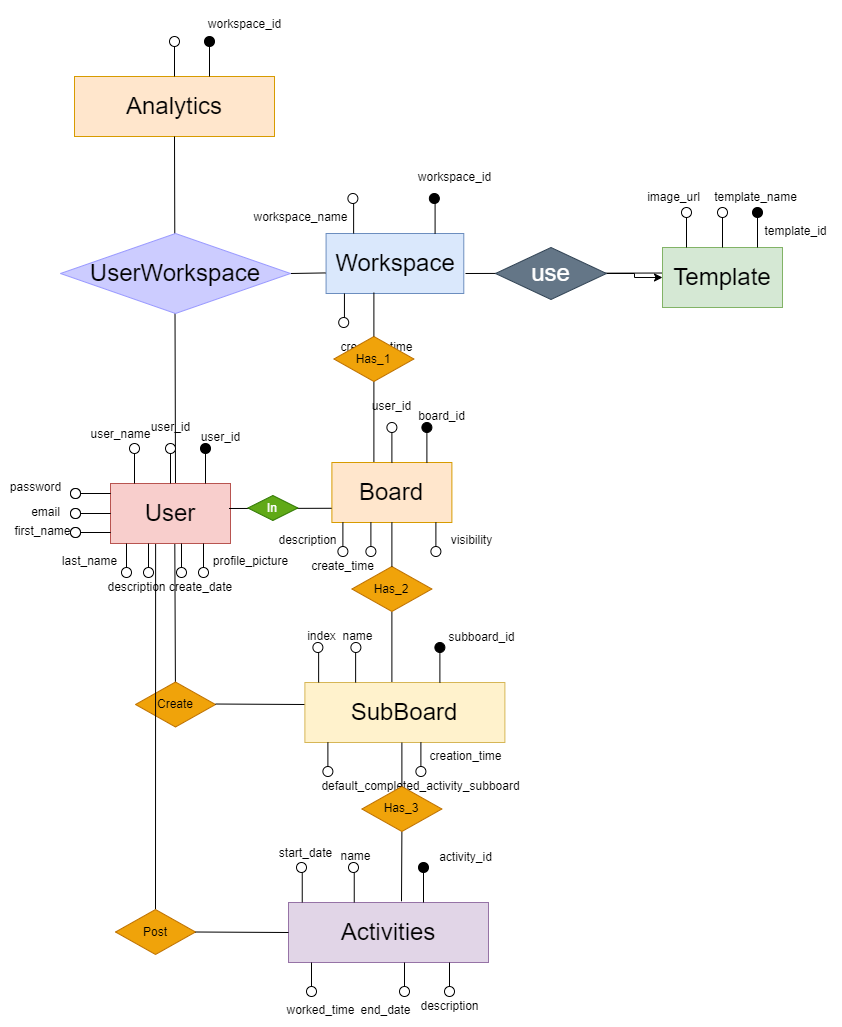
wuxyel123/workflix keeps this draw.io diagram as WA-workflix-HW1/images/ER-schma.png. Above is the earlier version. Source tidied: cells renumbered, new cells last; positions are measured from the earlier drawing's top-left corner, leaving out a move shared by most shapes.
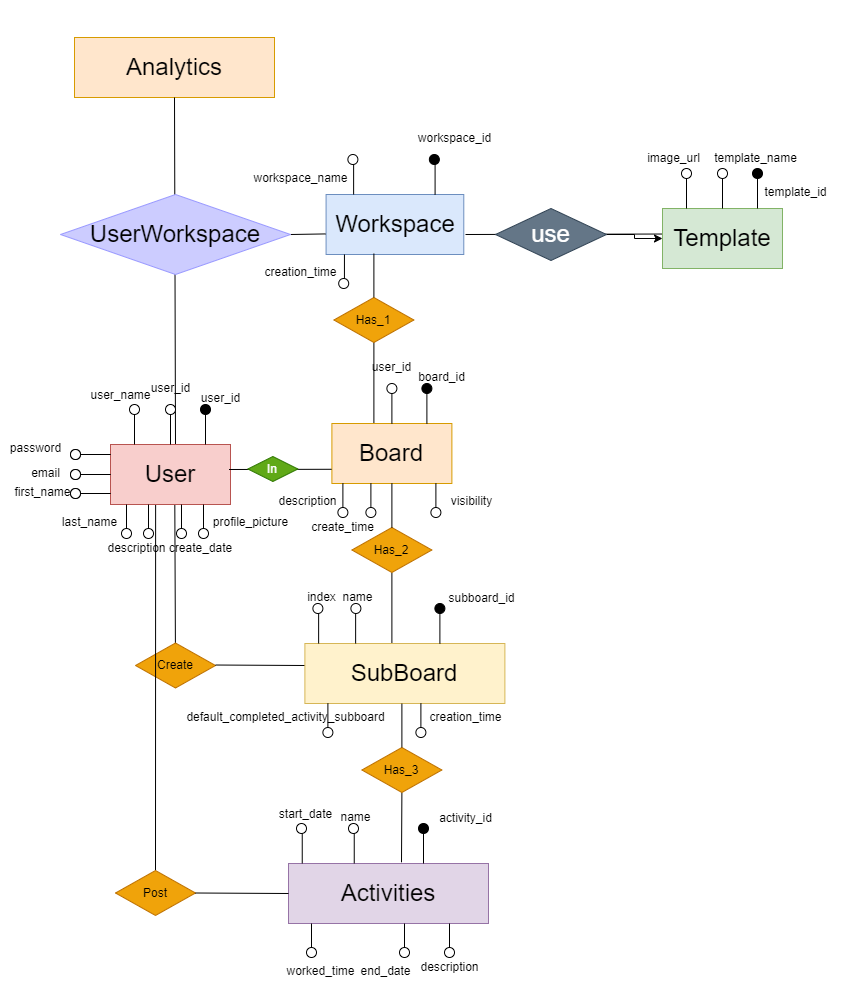
Above is the later version.

What changed in the source:
```diff
@@ -131,43 +131,17 @@
       </mxGeometry>
     </mxCell>
     <mxCell id="32" value="&lt;font style=&quot;font-size: 12px;&quot;&gt;creation_time&lt;/font&gt;" style="text;html=1;align=center;verticalAlign=middle;strokeColor=none;fillColor=none;fontSize=24;" parent="22" vertex="1">
-      <mxGeometry x="85.9" y="170" width="100" height="40" as="geometry" />
+      <mxGeometry x="10" y="134" width="100" height="40" as="geometry" />
     </mxCell>
     <mxCell id="33" style="verticalLabelPosition=bottom;verticalAlign=top;html=1;shape=mxgraph.flowchart.on-page_reference;" parent="22" vertex="1">
       <mxGeometry x="98.2" y="164" width="10" height="10" as="geometry" />
     </mxCell>
     <mxCell id="34" style="group;" parent="1" vertex="1">
-      <mxGeometry x="74" width="220" height="136" as="geometry" />
+      <mxGeometry x="74" y="39" width="220" height="136" as="geometry" />
     </mxCell>
     <mxCell id="35" value="&lt;font style=&quot;font-size: 24px;&quot;&gt;Analytics&lt;/font&gt;" style="rounded=0;whiteSpace=wrap;html=1;fillColor=#ffe6cc;strokeColor=#d79b00;" parent="34" vertex="1">
-      <mxGeometry y="76" width="200" height="60" as="geometry" />
+      <mxGeometry y="37" width="200" height="60" as="geometry" />
     </mxCell>
-    <mxCell id="36" style="group;" parent="34" vertex="1">
-      <mxGeometry x="95" y="36" width="10" height="10" as="geometry" />
-    </mxCell>
-    <mxCell id="37" style="endArrow=none;html=1;rounded=0;exitX=0.5;exitY=0;exitDx=0;exitDy=0;" parent="36" edge="1" source="35">
-      <mxGeometry relative="1" as="geometry">
-        <mxPoint x="5" y="10" as="targetPoint" />
-      </mxGeometry>
-    </mxCell>
-    <mxCell id="38" style="verticalLabelPosition=bottom;verticalAlign=top;html=1;shape=mxgraph.flowchart.on-page_reference;" parent="36" vertex="1">
-      <mxGeometry width="10" height="10" as="geometry" />
-    </mxCell>
-    <mxCell id="39" style="group;" parent="34" vertex="1">
-      <mxGeometry x="130" y="36" width="10" height="40" as="geometry" />
-    </mxCell>
-    <mxCell id="40" style="endArrow=none;html=1;rounded=0;exitX=0.5;exitY=0;exitDx=0;exitDy=0;" parent="39" edge="1">
-      <mxGeometry relative="1" as="geometry">
-        <mxPoint x="5" y="40" as="sourcePoint" />
-        <mxPoint x="5" y="10" as="targetPoint" />
-      </mxGeometry>
-    </mxCell>
-    <mxCell id="41" style="verticalLabelPosition=bottom;verticalAlign=top;html=1;shape=mxgraph.flowchart.on-page_reference;fillColor=#000000;" parent="39" vertex="1">
-      <mxGeometry width="10" height="10" as="geometry" />
-    </mxCell>
-    <mxCell id="42" value="&lt;font style=&quot;font-size: 12px;&quot;&gt;workspace_id&lt;/font&gt;" style="text;html=1;align=center;verticalAlign=middle;strokeColor=none;fillColor=none;fontSize=24;" parent="34" vertex="1">
-      <mxGeometry x="120" width="100" height="40" as="geometry" />
-    </mxCell>
     <mxCell id="43" style="endArrow=none;html=1;rounded=0;fontSize=12;entryX=0.5;entryY=1;entryDx=0;entryDy=0;" parent="1" edge="1" target="44">
       <mxGeometry relative="1" as="geometry">
         <mxPoint x="373.4" y="462" as="sourcePoint" />
@@ -523,9 +497,6 @@
     <mxCell id="133" style="verticalLabelPosition=bottom;verticalAlign=top;html=1;shape=mxgraph.flowchart.on-page_reference;" parent="122" vertex="1">
       <mxGeometry x="119" y="154" width="10" height="10" as="geometry" />
     </mxCell>
-    <mxCell id="134" value="&lt;font style=&quot;font-size: 12px;&quot;&gt;default_completed_activity_subboard&lt;/font&gt;" style="text;html=1;align=center;verticalAlign=middle;strokeColor=none;fillColor=none;fontSize=24;" parent="122" vertex="1">
-      <mxGeometry x="14" y="150" width="220" height="40" as="geometry" />
-    </mxCell>
     <mxCell id="135" value="&lt;font style=&quot;font-size: 12px;&quot;&gt;creation_time&lt;/font&gt;" style="text;html=1;align=center;verticalAlign=middle;strokeColor=none;fillColor=none;fontSize=24;" parent="122" vertex="1">
       <mxGeometry x="119" y="120" width="100" height="40" as="geometry" />
     </mxCell>
@@ -658,5 +629,8 @@
     <mxCell id="168" value="In" style="rhombus;whiteSpace=wrap;html=1;strokeColor=#2D7600;fontSize=12;fillColor=#60a917;fontColor=#ffffff;" parent="102" vertex="1">
       <mxGeometry x="-17.6" y="113" width="50" height="25" as="geometry" />
     </mxCell>
+    <mxCell id="134" value="&lt;font style=&quot;font-size: 12px;&quot;&gt;default_completed_activity_subboard&lt;/font&gt;" style="text;html=1;align=center;verticalAlign=middle;strokeColor=none;fillColor=none;fontSize=24;" parent="1" vertex="1">
+      <mxGeometry x="175" y="732" width="220" height="40" as="geometry" />
+    </mxCell>
   </root>
 </mxGraphModel>
```
